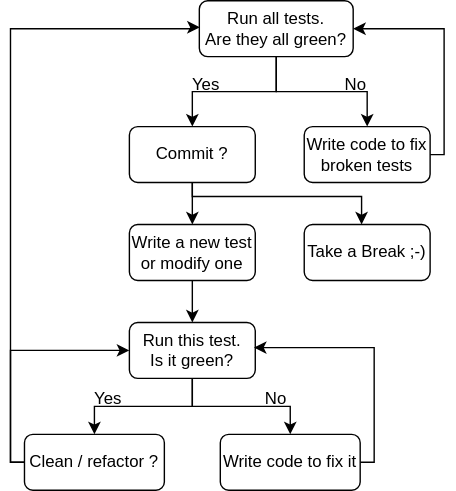
Earlier version of the draw.io export Slides/Stable/figures/TDD-workflow.svg (pharo-mooc/AdvancedOODesign). Source tidied: cells renumbered, new cells last; positions are measured from the earlier drawing's top-left corner, leaving out a move shared by most shapes. Source of this version:
```xml
<mxGraphModel>
  <root>
    <mxCell id="0" />
    <mxCell id="1" parent="0" />
    <mxCell id="2" style="edgeStyle=orthogonalEdgeStyle;rounded=0;jettySize=auto;html=1;entryX=0.5;entryY=0;entryDx=0;entryDy=0;" parent="1" edge="1" source="4" target="8">
      <mxGeometry relative="1" as="geometry" />
    </mxCell>
    <mxCell id="3" style="edgeStyle=orthogonalEdgeStyle;rounded=0;jettySize=auto;html=1;entryX=0.5;entryY=0;entryDx=0;entryDy=0;" parent="1" edge="1" source="4" target="6">
      <mxGeometry relative="1" as="geometry" />
    </mxCell>
    <mxCell id="4" value="&lt;div&gt;Run all tests.&lt;/div&gt;&lt;div&gt;Are they all green?&lt;br&gt;&lt;/div&gt;" style="rounded=1;whiteSpace=wrap;html=1;" parent="1" vertex="1">
      <mxGeometry x="135" width="110" height="40" as="geometry" />
    </mxCell>
    <mxCell id="5" style="edgeStyle=orthogonalEdgeStyle;rounded=0;jettySize=auto;html=1;entryX=1;entryY=0.5;entryDx=0;entryDy=0;" parent="1" edge="1" source="6" target="4">
      <mxGeometry relative="1" as="geometry">
        <Array as="points">
          <mxPoint x="310" y="110" />
          <mxPoint x="310" y="20" />
        </Array>
      </mxGeometry>
    </mxCell>
    <mxCell id="6" value="Write code to fix broken tests" style="rounded=1;whiteSpace=wrap;html=1;" parent="1" vertex="1">
      <mxGeometry x="210" y="90" width="90" height="40" as="geometry" />
    </mxCell>
    <mxCell id="7" style="edgeStyle=orthogonalEdgeStyle;rounded=0;jettySize=auto;html=1;entryX=0.5;entryY=0;entryDx=0;entryDy=0;" parent="1" edge="1" source="8" target="10">
      <mxGeometry relative="1" as="geometry" />
    </mxCell>
    <mxCell id="8" value="&lt;div&gt;Commit ?&lt;/div&gt;" style="rounded=1;whiteSpace=wrap;html=1;" parent="1" vertex="1">
      <mxGeometry x="85" y="90" width="90" height="40" as="geometry" />
    </mxCell>
    <mxCell id="9" style="edgeStyle=orthogonalEdgeStyle;rounded=0;jettySize=auto;html=1;entryX=0.5;entryY=0;entryDx=0;entryDy=0;" parent="1" edge="1" source="10" target="13">
      <mxGeometry relative="1" as="geometry" />
    </mxCell>
    <mxCell id="10" value="Write a new test or modify one" style="rounded=1;whiteSpace=wrap;html=1;" parent="1" vertex="1">
      <mxGeometry x="85" y="160" width="90" height="40" as="geometry" />
    </mxCell>
    <mxCell id="11" style="edgeStyle=orthogonalEdgeStyle;rounded=0;jettySize=auto;html=1;entryX=0.5;entryY=0;entryDx=0;entryDy=0;" parent="1" edge="1" source="13" target="16">
      <mxGeometry relative="1" as="geometry" />
    </mxCell>
    <mxCell id="12" style="edgeStyle=orthogonalEdgeStyle;rounded=0;jettySize=auto;html=1;entryX=0.5;entryY=0;entryDx=0;entryDy=0;" parent="1" edge="1" source="13" target="18">
      <mxGeometry relative="1" as="geometry" />
    </mxCell>
    <mxCell id="13" value="&lt;div&gt;Run this test.&lt;/div&gt;&lt;div&gt;Is it green?&lt;br&gt;&lt;/div&gt;" style="rounded=1;whiteSpace=wrap;html=1;" parent="1" vertex="1">
      <mxGeometry x="85" y="230" width="90" height="40" as="geometry" />
    </mxCell>
    <mxCell id="14" style="edgeStyle=orthogonalEdgeStyle;rounded=0;jettySize=auto;html=1;entryX=0.003;entryY=0.425;entryDx=0;entryDy=0;entryPerimeter=0;exitX=0;exitY=0.5;exitDx=0;exitDy=0;" parent="1" edge="1" source="16">
      <mxGeometry relative="1" as="geometry">
        <mxPoint x="135.3" y="19" as="targetPoint" />
        <Array as="points">
          <mxPoint y="330" />
          <mxPoint y="20" />
          <mxPoint x="130" y="20" />
          <mxPoint x="130" y="19" />
        </Array>
      </mxGeometry>
    </mxCell>
    <mxCell id="15" style="edgeStyle=orthogonalEdgeStyle;rounded=0;jettySize=auto;html=1;entryX=0;entryY=0.5;entryDx=0;entryDy=0;" parent="1" edge="1" source="16" target="13">
      <mxGeometry relative="1" as="geometry">
        <Array as="points">
          <mxPoint y="330" />
          <mxPoint y="250" />
        </Array>
      </mxGeometry>
    </mxCell>
    <mxCell id="16" value="Clean / refactor ?" style="rounded=1;whiteSpace=wrap;html=1;" parent="1" vertex="1">
      <mxGeometry x="10" y="310" width="100" height="40" as="geometry" />
    </mxCell>
    <mxCell id="17" style="edgeStyle=orthogonalEdgeStyle;rounded=0;jettySize=auto;html=1;entryX=0.989;entryY=0.45;entryDx=0;entryDy=0;entryPerimeter=0;" parent="1" edge="1" source="18" target="13">
      <mxGeometry relative="1" as="geometry">
        <Array as="points">
          <mxPoint x="260" y="330" />
          <mxPoint x="260" y="248" />
        </Array>
      </mxGeometry>
    </mxCell>
    <mxCell id="18" value="Write code to fix it" style="rounded=1;whiteSpace=wrap;html=1;" parent="1" vertex="1">
      <mxGeometry x="150" y="310" width="100" height="40" as="geometry" />
    </mxCell>
    <mxCell id="19" value="Yes" style="text;html=1;strokeColor=none;fillColor=none;align=center;verticalAlign=middle;whiteSpace=wrap;rounded=0;" parent="1" vertex="1">
      <mxGeometry x="40" y="270" width="60" height="30" as="geometry" />
    </mxCell>
    <mxCell id="20" value="No" style="text;html=1;strokeColor=none;fillColor=none;align=center;verticalAlign=middle;whiteSpace=wrap;rounded=0;" parent="1" vertex="1">
      <mxGeometry x="160" y="270" width="60" height="30" as="geometry" />
    </mxCell>
    <mxCell id="21" value="Yes" style="text;html=1;strokeColor=none;fillColor=none;align=center;verticalAlign=middle;whiteSpace=wrap;rounded=0;" parent="1" vertex="1">
      <mxGeometry x="110" y="45" width="60" height="30" as="geometry" />
    </mxCell>
    <mxCell id="22" value="No" style="text;html=1;strokeColor=none;fillColor=none;align=center;verticalAlign=middle;whiteSpace=wrap;rounded=0;" parent="1" vertex="1">
      <mxGeometry x="217" y="45" width="60" height="30" as="geometry" />
    </mxCell>
    <mxCell id="23" value="Take a Break ;-)" style="rounded=1;whiteSpace=wrap;html=1;" parent="1" vertex="1">
      <mxGeometry x="210" y="160" width="90" height="40" as="geometry" />
    </mxCell>
    <mxCell id="24" style="edgeStyle=orthogonalEdgeStyle;rounded=0;jettySize=auto;html=1;exitX=0.5;exitY=1;exitDx=0;exitDy=0;" parent="1" edge="1" source="8" target="23">
      <mxGeometry relative="1" as="geometry">
        <Array as="points">
          <mxPoint x="130" y="140" />
          <mxPoint x="251" y="140" />
        </Array>
      </mxGeometry>
    </mxCell>
  </root>
</mxGraphModel>
```
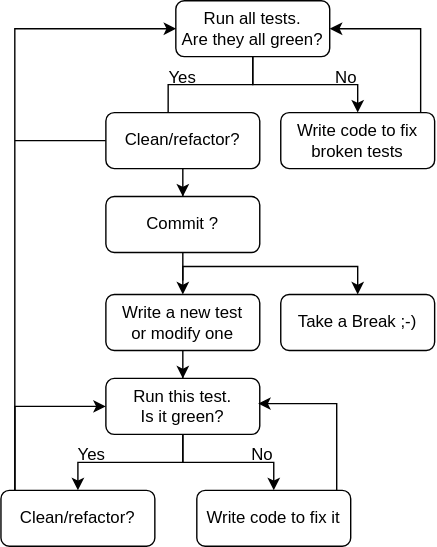
Above is the later version.

Diff of the diagram source:
```diff
@@ -2,8 +2,16 @@
   <root>
     <mxCell id="0" />
     <mxCell id="1" parent="0" />
-    <mxCell id="2" style="edgeStyle=orthogonalEdgeStyle;rounded=0;jettySize=auto;html=1;entryX=0.5;entryY=0;entryDx=0;entryDy=0;" parent="1" edge="1" source="4" target="8">
-      <mxGeometry relative="1" as="geometry" />
+    <mxCell id="2" style="edgeStyle=orthogonalEdgeStyle;rounded=0;orthogonalLoop=1;jettySize=auto;html=1;entryX=0.5;entryY=0;entryDx=0;entryDy=0;" parent="1" edge="1">
+      <mxGeometry relative="1" as="geometry">
+        <mxPoint x="187" y="35" as="sourcePoint" />
+        <mxPoint x="129.5" y="90" as="targetPoint" />
+        <Array as="points">
+          <mxPoint x="190" y="35" />
+          <mxPoint x="190" y="60" />
+          <mxPoint x="130" y="60" />
+        </Array>
+      </mxGeometry>
     </mxCell>
     <mxCell id="3" style="edgeStyle=orthogonalEdgeStyle;rounded=0;jettySize=auto;html=1;entryX=0.5;entryY=0;entryDx=0;entryDy=0;" parent="1" edge="1" source="4" target="6">
       <mxGeometry relative="1" as="geometry" />
@@ -20,19 +28,19 @@
       </mxGeometry>
     </mxCell>
     <mxCell id="6" value="Write code to fix broken tests" style="rounded=1;whiteSpace=wrap;html=1;" parent="1" vertex="1">
-      <mxGeometry x="210" y="90" width="90" height="40" as="geometry" />
+      <mxGeometry x="210" y="80" width="110" height="40" as="geometry" />
     </mxCell>
     <mxCell id="7" style="edgeStyle=orthogonalEdgeStyle;rounded=0;jettySize=auto;html=1;entryX=0.5;entryY=0;entryDx=0;entryDy=0;" parent="1" edge="1" source="8" target="10">
       <mxGeometry relative="1" as="geometry" />
     </mxCell>
     <mxCell id="8" value="&lt;div&gt;Commit ?&lt;/div&gt;" style="rounded=1;whiteSpace=wrap;html=1;" parent="1" vertex="1">
-      <mxGeometry x="85" y="90" width="90" height="40" as="geometry" />
+      <mxGeometry x="85" y="140" width="110" height="40" as="geometry" />
     </mxCell>
     <mxCell id="9" style="edgeStyle=orthogonalEdgeStyle;rounded=0;jettySize=auto;html=1;entryX=0.5;entryY=0;entryDx=0;entryDy=0;" parent="1" edge="1" source="10" target="13">
       <mxGeometry relative="1" as="geometry" />
     </mxCell>
-    <mxCell id="10" value="Write a new test or modify one" style="rounded=1;whiteSpace=wrap;html=1;" parent="1" vertex="1">
-      <mxGeometry x="85" y="160" width="90" height="40" as="geometry" />
+    <mxCell id="10" value="&lt;div&gt;Write a new test &lt;br&gt;&lt;/div&gt;&lt;div&gt;or modify one&lt;/div&gt;" style="rounded=1;whiteSpace=wrap;html=1;" parent="1" vertex="1">
+      <mxGeometry x="85" y="210" width="110" height="40" as="geometry" />
     </mxCell>
     <mxCell id="11" style="edgeStyle=orthogonalEdgeStyle;rounded=0;jettySize=auto;html=1;entryX=0.5;entryY=0;entryDx=0;entryDy=0;" parent="1" edge="1" source="13" target="16">
       <mxGeometry relative="1" as="geometry" />
@@ -41,63 +49,71 @@
       <mxGeometry relative="1" as="geometry" />
     </mxCell>
     <mxCell id="13" value="&lt;div&gt;Run this test.&lt;/div&gt;&lt;div&gt;Is it green?&lt;br&gt;&lt;/div&gt;" style="rounded=1;whiteSpace=wrap;html=1;" parent="1" vertex="1">
-      <mxGeometry x="85" y="230" width="90" height="40" as="geometry" />
+      <mxGeometry x="85" y="270" width="110" height="40" as="geometry" />
     </mxCell>
-    <mxCell id="14" style="edgeStyle=orthogonalEdgeStyle;rounded=0;jettySize=auto;html=1;entryX=0.003;entryY=0.425;entryDx=0;entryDy=0;entryPerimeter=0;exitX=0;exitY=0.5;exitDx=0;exitDy=0;" parent="1" edge="1" source="16">
+    <mxCell id="14" style="edgeStyle=orthogonalEdgeStyle;rounded=0;jettySize=auto;html=1;entryX=0.003;entryY=0.425;entryDx=0;entryDy=0;entryPerimeter=0;exitX=0.09;exitY=0.012;exitDx=0;exitDy=0;exitPerimeter=0;" parent="1" edge="1" source="16">
       <mxGeometry relative="1" as="geometry">
         <mxPoint x="135.3" y="19" as="targetPoint" />
         <Array as="points">
-          <mxPoint y="330" />
-          <mxPoint y="20" />
-          <mxPoint x="130" y="20" />
-          <mxPoint x="130" y="19" />
+          <mxPoint x="20" y="20" />
+          <mxPoint x="135" y="20" />
         </Array>
       </mxGeometry>
     </mxCell>
     <mxCell id="15" style="edgeStyle=orthogonalEdgeStyle;rounded=0;jettySize=auto;html=1;entryX=0;entryY=0.5;entryDx=0;entryDy=0;" parent="1" edge="1" source="16" target="13">
       <mxGeometry relative="1" as="geometry">
         <Array as="points">
-          <mxPoint y="330" />
-          <mxPoint y="250" />
+          <mxPoint x="20" y="290" />
         </Array>
       </mxGeometry>
     </mxCell>
-    <mxCell id="16" value="Clean / refactor ?" style="rounded=1;whiteSpace=wrap;html=1;" parent="1" vertex="1">
-      <mxGeometry x="10" y="310" width="100" height="40" as="geometry" />
+    <mxCell id="16" value="Clean/refactor?" style="rounded=1;whiteSpace=wrap;html=1;" parent="1" vertex="1">
+      <mxGeometry x="10" y="350" width="110" height="40" as="geometry" />
     </mxCell>
     <mxCell id="17" style="edgeStyle=orthogonalEdgeStyle;rounded=0;jettySize=auto;html=1;entryX=0.989;entryY=0.45;entryDx=0;entryDy=0;entryPerimeter=0;" parent="1" edge="1" source="18" target="13">
       <mxGeometry relative="1" as="geometry">
         <Array as="points">
-          <mxPoint x="260" y="330" />
-          <mxPoint x="260" y="248" />
+          <mxPoint x="250" y="288" />
         </Array>
       </mxGeometry>
     </mxCell>
     <mxCell id="18" value="Write code to fix it" style="rounded=1;whiteSpace=wrap;html=1;" parent="1" vertex="1">
-      <mxGeometry x="150" y="310" width="100" height="40" as="geometry" />
+      <mxGeometry x="150" y="350" width="110" height="40" as="geometry" />
     </mxCell>
     <mxCell id="19" value="Yes" style="text;html=1;strokeColor=none;fillColor=none;align=center;verticalAlign=middle;whiteSpace=wrap;rounded=0;" parent="1" vertex="1">
-      <mxGeometry x="40" y="270" width="60" height="30" as="geometry" />
+      <mxGeometry x="45" y="310" width="60" height="30" as="geometry" />
     </mxCell>
     <mxCell id="20" value="No" style="text;html=1;strokeColor=none;fillColor=none;align=center;verticalAlign=middle;whiteSpace=wrap;rounded=0;" parent="1" vertex="1">
-      <mxGeometry x="160" y="270" width="60" height="30" as="geometry" />
+      <mxGeometry x="167" y="310" width="60" height="30" as="geometry" />
     </mxCell>
     <mxCell id="21" value="Yes" style="text;html=1;strokeColor=none;fillColor=none;align=center;verticalAlign=middle;whiteSpace=wrap;rounded=0;" parent="1" vertex="1">
-      <mxGeometry x="110" y="45" width="60" height="30" as="geometry" />
+      <mxGeometry x="110" y="40" width="60" height="30" as="geometry" />
     </mxCell>
     <mxCell id="22" value="No" style="text;html=1;strokeColor=none;fillColor=none;align=center;verticalAlign=middle;whiteSpace=wrap;rounded=0;" parent="1" vertex="1">
-      <mxGeometry x="217" y="45" width="60" height="30" as="geometry" />
+      <mxGeometry x="227" y="40" width="60" height="30" as="geometry" />
     </mxCell>
     <mxCell id="23" value="Take a Break ;-)" style="rounded=1;whiteSpace=wrap;html=1;" parent="1" vertex="1">
-      <mxGeometry x="210" y="160" width="90" height="40" as="geometry" />
+      <mxGeometry x="210" y="210" width="110" height="40" as="geometry" />
     </mxCell>
-    <mxCell id="24" style="edgeStyle=orthogonalEdgeStyle;rounded=0;jettySize=auto;html=1;exitX=0.5;exitY=1;exitDx=0;exitDy=0;" parent="1" edge="1" source="8" target="23">
+    <mxCell id="24" style="edgeStyle=orthogonalEdgeStyle;rounded=0;jettySize=auto;html=1;entryX=0.5;entryY=0;entryDx=0;entryDy=0;" parent="1" edge="1" target="23">
       <mxGeometry relative="1" as="geometry">
+        <mxPoint x="140" y="200" as="sourcePoint" />
         <Array as="points">
-          <mxPoint x="130" y="140" />
-          <mxPoint x="251" y="140" />
+          <mxPoint x="140" y="190" />
+          <mxPoint x="265" y="190" />
         </Array>
       </mxGeometry>
     </mxCell>
+    <mxCell id="25" style="edgeStyle=orthogonalEdgeStyle;rounded=0;jettySize=auto;html=1;entryX=0.5;entryY=0;entryDx=0;entryDy=0;" parent="1" edge="1" source="27" target="8">
+      <mxGeometry relative="1" as="geometry" />
+    </mxCell>
+    <mxCell id="26" style="edgeStyle=orthogonalEdgeStyle;rounded=0;jettySize=auto;html=1;exitX=0;exitY=0.5;exitDx=0;exitDy=0;endArrow=none;endFill=0;" parent="1" edge="1" source="27">
+      <mxGeometry relative="1" as="geometry">
+        <mxPoint x="20" y="100" as="targetPoint" />
+      </mxGeometry>
+    </mxCell>
+    <mxCell id="27" value="Clean/refactor?" style="rounded=1;whiteSpace=wrap;html=1;" parent="1" vertex="1">
+      <mxGeometry x="85" y="80" width="110" height="40" as="geometry" />
+    </mxCell>
   </root>
 </mxGraphModel>
```
